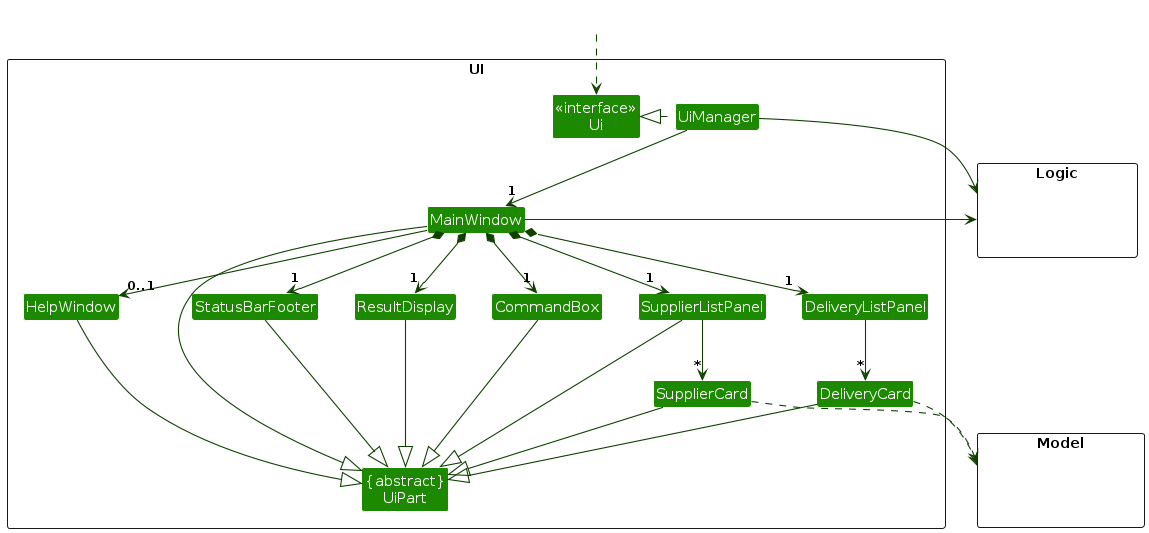
prave1n/VendorVault keeps this PlantUML diagram as diagrams/UiClassDiagram.png. Above is the earlier version. Its source is kept beside it as diagrams/UiClassDiagram.puml.
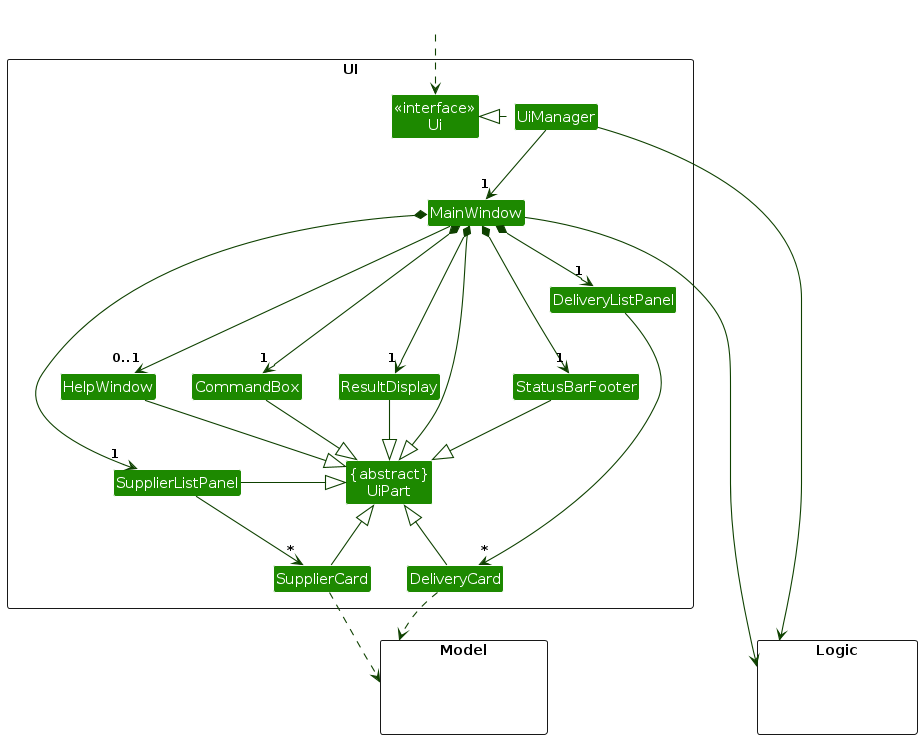
Later version of the same file.

What changed in the source:
```diff
@@ -36,26 +36,26 @@
 MainWindow *-down-> "1" ResultDisplay
 MainWindow *-down-> "1" SupplierListPanel
 MainWindow *-down-> "1" DeliveryListPanel
-MainWindow *-down-> "1" StatusBarFooter
+MainWindow *---> "1" StatusBarFooter
 MainWindow --> "0..1" HelpWindow
 
 SupplierListPanel -down-> "*" SupplierCard
 DeliveryListPanel -down-> "*" DeliveryCard
 
-MainWindow -left-|> UiPart
+MainWindow --|> UiPart
 
 ResultDisplay --|> UiPart
 CommandBox --|> UiPart
-SupplierListPanel --|> UiPart
-SupplierCard --|> UiPart
-DeliveryCard --|> UiPart
+SupplierListPanel -left-|> UiPart
+SupplierCard -up-|> UiPart
+DeliveryCard -up-|> UiPart
 StatusBarFooter --|> UiPart
 HelpWindow --|> UiPart
 
 SupplierCard ..> Model
 DeliveryCard ..> Model
-UiManager -right-> Logic
-MainWindow -left-> Logic
+UiManager -up-> Logic
+MainWindow -down-----> Logic
 
 SupplierListPanel -[hidden]left- HelpWindow
 HelpWindow -[hidden]left- CommandBox
```
